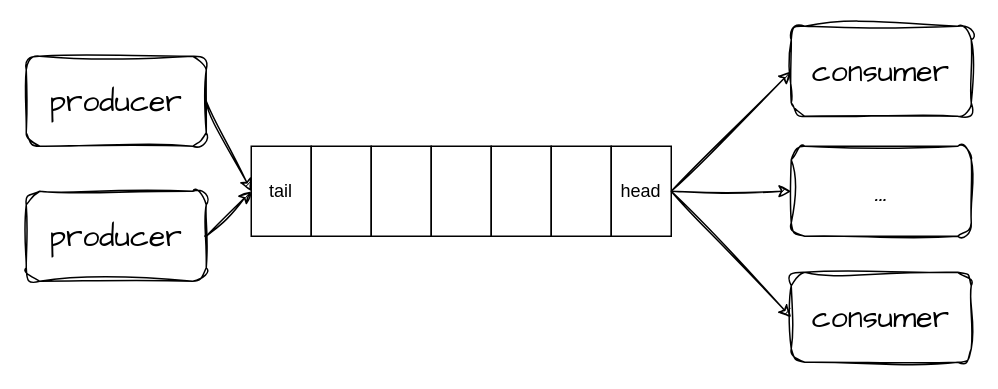
Before: resource/new/proceduer-consumer.drawio in zuochunwei/hpc, a draw.io diagram. Source tidied: cells renumbered, new cells numbered last; positions are measured from the earlier drawing's top-left corner, leaving out a move shared by most shapes. Both pictures are drawn from the tidied source at 150%, with x=0, y=0 at pixel (26, 26).
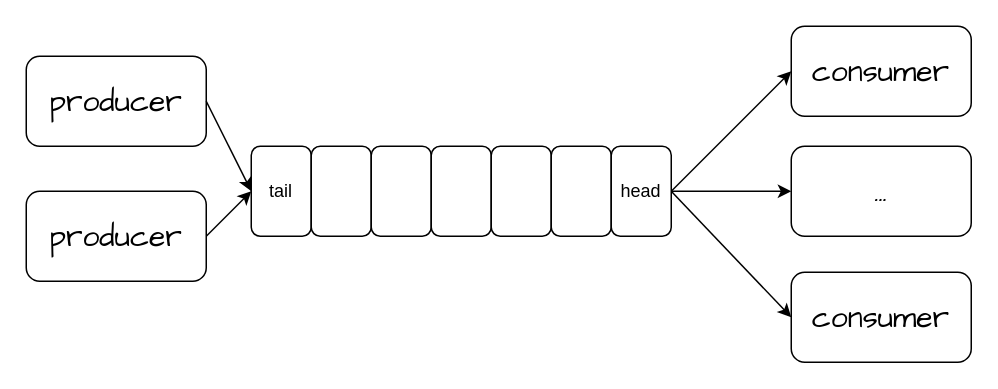
Above is the later version.

Change to the diagram source:
```diff
@@
-    <mxCell id="2" value="consumer" style="rounded=1;whiteSpace=wrap;html=1;sketch=1;hachureGap=4;jiggle=2;curveFitting=1;fontFamily=Architects Daughter;fontSize=20;" parent="1" vertex="1">
+    <mxCell id="2" value="consumer" style="rounded=1;whiteSpace=wrap;html=1;hachureGap=4;jiggle=2;curveFitting=1;fontFamily=Architects Daughter;fontSize=20;" parent="1" vertex="1">
       <mxGeometry x="510" width="120" height="60" as="geometry" />
     </mxCell>
-    <mxCell id="3" style="endArrow=classic;html=1;rounded=0;sketch=1;hachureGap=4;jiggle=2;curveFitting=1;fontFamily=Architects Daughter;fontSize=16;entryX=0;entryY=0.5;entryDx=0;entryDy=0;exitX=1;exitY=0.5;exitDx=0;exitDy=0;" parent="1" edge="1" source="15" target="2">
+    <mxCell id="3" style="endArrow=classic;html=1;rounded=1;hachureGap=4;jiggle=2;curveFitting=1;fontFamily=Architects Daughter;fontSize=16;entryX=0;entryY=0.5;entryDx=0;entryDy=0;exitX=1;exitY=0.5;exitDx=0;exitDy=0;" parent="1" edge="1" source="15" target="2">
       <mxGeometry relative="1" as="geometry" />
     </mxCell>
-    <mxCell id="4" value="producer" style="rounded=1;whiteSpace=wrap;html=1;sketch=1;hachureGap=4;jiggle=2;curveFitting=1;fontFamily=Architects Daughter;fontSize=20;" parent="1" vertex="1">
+    <mxCell id="4" value="producer" style="rounded=1;whiteSpace=wrap;html=1;hachureGap=4;jiggle=2;curveFitting=1;fontFamily=Architects Daughter;fontSize=20;" parent="1" vertex="1">
       <mxGeometry y="20" width="120" height="60" as="geometry" />
     </mxCell>
-    <mxCell id="5" style="endArrow=classic;html=1;rounded=0;sketch=1;hachureGap=4;jiggle=2;curveFitting=1;fontFamily=Architects Daughter;fontSize=16;exitX=1;exitY=0.5;exitDx=0;exitDy=0;entryX=0;entryY=0.5;entryDx=0;entryDy=0;" parent="1" edge="1" source="4" target="9">
+    <mxCell id="5" style="endArrow=classic;html=1;rounded=1;hachureGap=4;jiggle=2;curveFitting=1;fontFamily=Architects Daughter;fontSize=16;exitX=1;exitY=0.5;exitDx=0;exitDy=0;entryX=0;entryY=0.5;entryDx=0;entryDy=0;" parent="1" edge="1" source="4" target="9">
       <mxGeometry relative="1" as="geometry" />
     </mxCell>
-    <mxCell id="6" value="consumer" style="rounded=1;whiteSpace=wrap;html=1;sketch=1;hachureGap=4;jiggle=2;curveFitting=1;fontFamily=Architects Daughter;fontSize=20;" parent="1" vertex="1">
+    <mxCell id="6" value="consumer" style="rounded=1;whiteSpace=wrap;html=1;hachureGap=4;jiggle=2;curveFitting=1;fontFamily=Architects Daughter;fontSize=20;" parent="1" vertex="1">
       <mxGeometry x="510" y="164" width="120" height="60" as="geometry" />
     </mxCell>
-    <mxCell id="7" style="endArrow=classic;html=1;rounded=0;sketch=1;hachureGap=4;jiggle=2;curveFitting=1;fontFamily=Architects Daughter;fontSize=16;entryX=0;entryY=0.5;entryDx=0;entryDy=0;exitX=1;exitY=0.5;exitDx=0;exitDy=0;" parent="1" edge="1" source="15" target="6">
+    <mxCell id="7" style="endArrow=classic;html=1;rounded=1;hachureGap=4;jiggle=2;curveFitting=1;fontFamily=Architects Daughter;fontSize=16;entryX=0;entryY=0.5;entryDx=0;entryDy=0;exitX=1;exitY=0.5;exitDx=0;exitDy=0;" parent="1" edge="1" source="15" target="6">
       <mxGeometry relative="1" as="geometry" />
     </mxCell>
-    <mxCell id="8" value="..." style="rounded=1;whiteSpace=wrap;html=1;sketch=1;hachureGap=4;jiggle=2;curveFitting=1;fontFamily=Architects Daughter;fontSize=20;" parent="1" vertex="1">
+    <mxCell id="8" value="..." style="rounded=1;whiteSpace=wrap;html=1;hachureGap=4;jiggle=2;curveFitting=1;fontFamily=Architects Daughter;fontSize=20;" parent="1" vertex="1">
       <mxGeometry x="510" y="80" width="120" height="60" as="geometry" />
     </mxCell>
-    <mxCell id="9" value="tail" style="rounded=0;whiteSpace=wrap;html=1;" parent="1" vertex="1">
+    <mxCell id="9" value="tail" style="rounded=1;whiteSpace=wrap;html=1;" parent="1" vertex="1">
       <mxGeometry x="150" y="80" width="40" height="60" as="geometry" />
     </mxCell>
-    <mxCell id="10" style="rounded=0;whiteSpace=wrap;html=1;" parent="1" vertex="1">
+    <mxCell id="10" style="rounded=1;whiteSpace=wrap;html=1;" parent="1" vertex="1">
       <mxGeometry x="190" y="80" width="40" height="60" as="geometry" />
     </mxCell>
-    <mxCell id="11" style="rounded=0;whiteSpace=wrap;html=1;" parent="1" vertex="1">
+    <mxCell id="11" style="rounded=1;whiteSpace=wrap;html=1;" parent="1" vertex="1">
       <mxGeometry x="230" y="80" width="40" height="60" as="geometry" />
     </mxCell>
-    <mxCell id="12" style="rounded=0;whiteSpace=wrap;html=1;" parent="1" vertex="1">
+    <mxCell id="12" style="rounded=1;whiteSpace=wrap;html=1;" parent="1" vertex="1">
       <mxGeometry x="270" y="80" width="40" height="60" as="geometry" />
     </mxCell>
-    <mxCell id="13" style="rounded=0;whiteSpace=wrap;html=1;" parent="1" vertex="1">
+    <mxCell id="13" style="rounded=1;whiteSpace=wrap;html=1;" parent="1" vertex="1">
       <mxGeometry x="310" y="80" width="40" height="60" as="geometry" />
     </mxCell>
-    <mxCell id="14" style="rounded=0;whiteSpace=wrap;html=1;" parent="1" vertex="1">
+    <mxCell id="14" style="rounded=1;whiteSpace=wrap;html=1;" parent="1" vertex="1">
       <mxGeometry x="350" y="80" width="40" height="60" as="geometry" />
     </mxCell>
-    <mxCell id="15" value="head" style="rounded=0;whiteSpace=wrap;html=1;" parent="1" vertex="1">
+    <mxCell id="15" value="head" style="rounded=1;whiteSpace=wrap;html=1;" parent="1" vertex="1">
       <mxGeometry x="390" y="80" width="40" height="60" as="geometry" />
     </mxCell>
-    <mxCell id="16" style="endArrow=classic;html=1;rounded=0;sketch=1;hachureGap=4;jiggle=2;curveFitting=1;fontFamily=Architects Daughter;fontSize=16;entryX=0;entryY=0.5;entryDx=0;entryDy=0;exitX=1;exitY=0.5;exitDx=0;exitDy=0;" parent="1" edge="1" source="15" target="8">
+    <mxCell id="16" style="endArrow=classic;html=1;rounded=1;hachureGap=4;jiggle=2;curveFitting=1;fontFamily=Architects Daughter;fontSize=16;entryX=0;entryY=0.5;entryDx=0;entryDy=0;exitX=1;exitY=0.5;exitDx=0;exitDy=0;" parent="1" edge="1" source="15" target="8">
       <mxGeometry relative="1" as="geometry" />
     </mxCell>
-    <mxCell id="17" style="endArrow=classic;html=1;rounded=0;sketch=1;hachureGap=4;jiggle=2;curveFitting=1;fontFamily=Architects Daughter;fontSize=16;exitX=1;exitY=0.5;exitDx=0;exitDy=0;startArrow=none;" parent="1" edge="1" source="19">
+    <mxCell id="17" style="endArrow=classic;html=1;rounded=1;hachureGap=4;jiggle=2;curveFitting=1;fontFamily=Architects Daughter;fontSize=16;exitX=1;exitY=0.5;exitDx=0;exitDy=0;startArrow=none;" parent="1" edge="1" source="19">
       <mxGeometry relative="1" as="geometry">
         <mxPoint x="150" y="110" as="targetPoint" />
       </mxGeometry>
     </mxCell>
-    <mxCell id="18" style="endArrow=none;html=1;rounded=0;sketch=1;hachureGap=4;jiggle=2;curveFitting=1;fontFamily=Architects Daughter;fontSize=16;exitX=1;exitY=0.5;exitDx=0;exitDy=0;" parent="1" edge="1" target="19">
+    <mxCell id="18" style="endArrow=none;html=1;rounded=1;hachureGap=4;jiggle=2;curveFitting=1;fontFamily=Architects Daughter;fontSize=16;exitX=1;exitY=0.5;exitDx=0;exitDy=0;" parent="1" edge="1" target="19">
       <mxGeometry relative="1" as="geometry">
         <mxPoint x="80" y="140" as="sourcePoint" />
       </mxGeometry>
     </mxCell>
-    <mxCell id="19" value="producer" style="rounded=1;whiteSpace=wrap;html=1;sketch=1;hachureGap=4;jiggle=2;curveFitting=1;fontFamily=Architects Daughter;fontSize=20;" parent="1" vertex="1">
+    <mxCell id="19" value="producer" style="rounded=1;whiteSpace=wrap;html=1;hachureGap=4;jiggle=2;curveFitting=1;fontFamily=Architects Daughter;fontSize=20;" parent="1" vertex="1">
       <mxGeometry y="110" width="120" height="60" as="geometry" />
     </mxCell>
```
